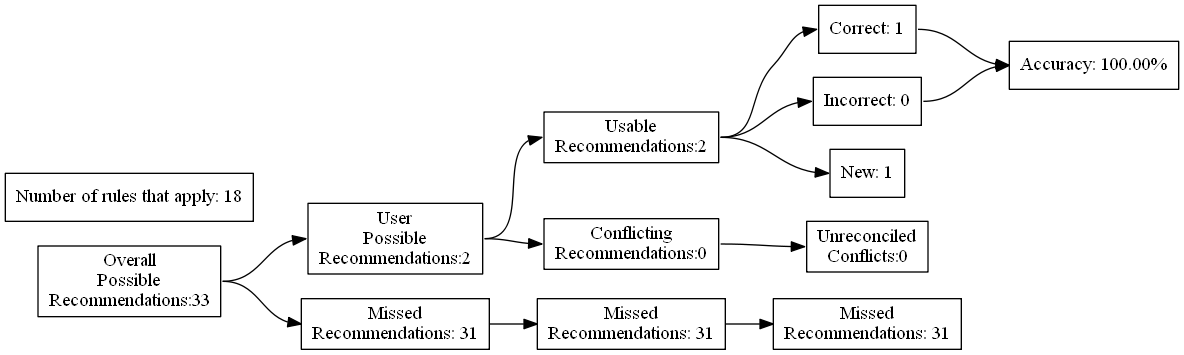
Before: test_renders/28.gv.png, a diagram exported from Graphviz (ZaxR/ibd_diet_analysis). Its source is kept beside it as test_renders/28.gv.
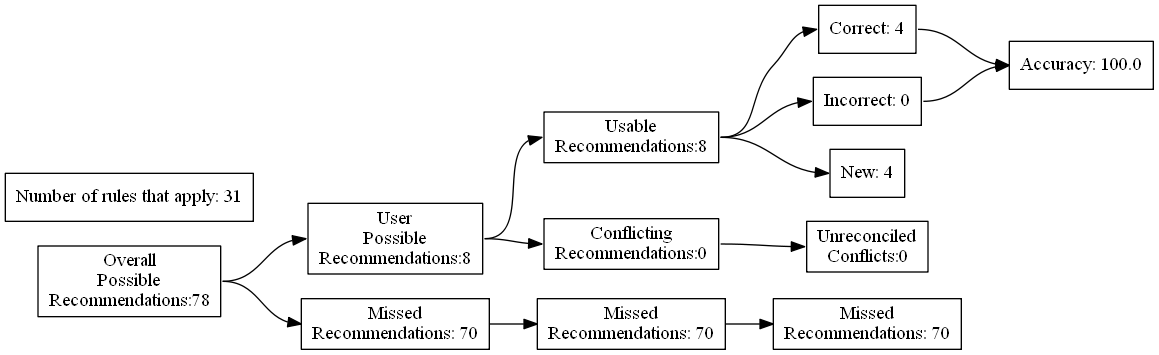
Later version of the same file.

Diff of the diagram source:
```diff
@@ -4,27 +4,27 @@
 	edge [headport=w tailport=e]
 		A [label="Overall
 Possible
-Recommendations:33"]
+Recommendations:78"]
 		B [label="User
 Possible
-Recommendations:2"]
+Recommendations:8"]
 		C [label="Missed
-Recommendations: 31"]
+Recommendations: 70"]
 		D [label="Usable
-Recommendations:2"]
+Recommendations:8"]
 		E [label="Conflicting
 Recommendations:0"]
 		J [label="Missed
-Recommendations: 31"]
+Recommendations: 70"]
 		M [label="Unreconciled
 Conflicts:0"]
-		F [label="Correct: 1"]
+		F [label="Correct: 4"]
 		G [label="Incorrect: 0"]
-		H [label="New: 1"]
+		H [label="New: 4"]
 		K [label="Missed
-Recommendations: 31"]
-		I [label="Accuracy: 100.00%"]
-		l [label="Number of rules that apply: 18"]
+Recommendations: 70"]
+		I [label="Accuracy: 100.0"]
+		l [label="Number of rules that apply: 31"]
 			A -> B
 			A -> C
 			B -> D
```
